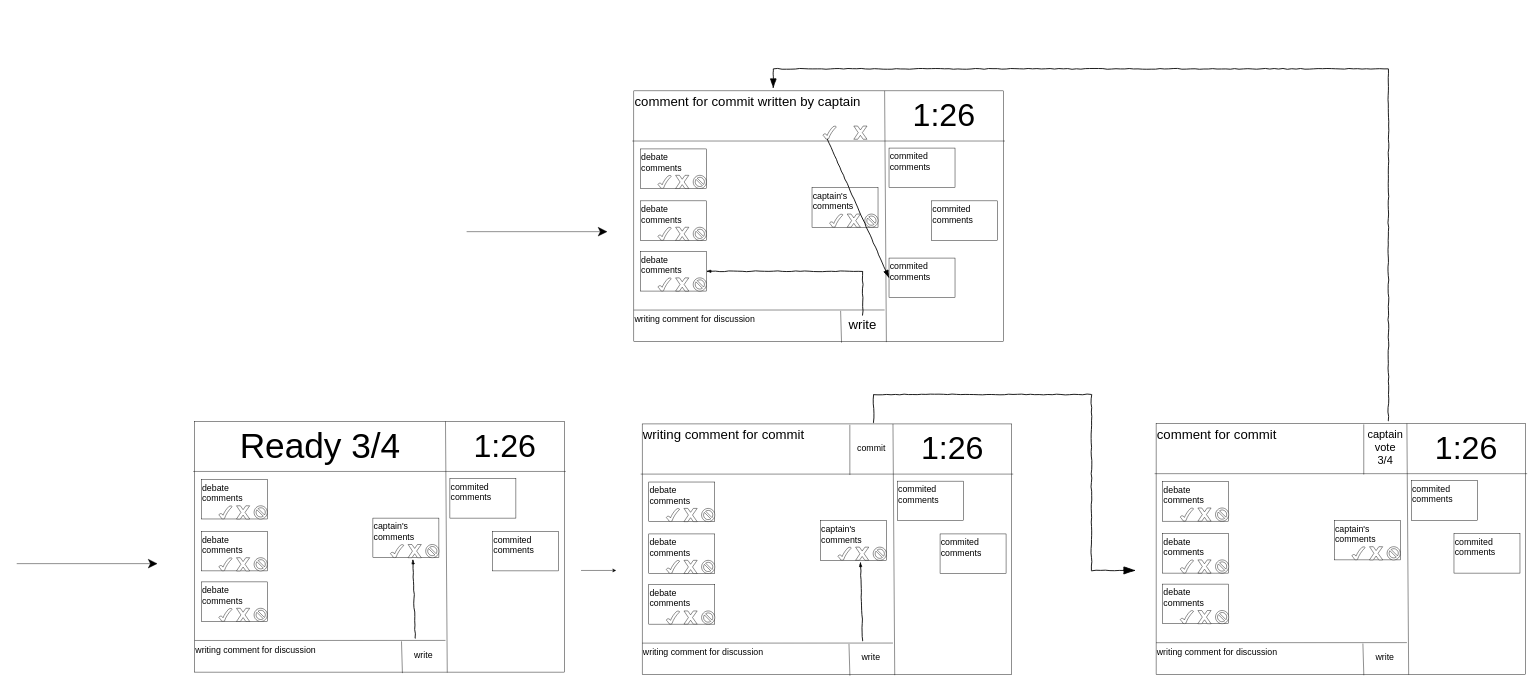
This is drawio_images/debateroom.drawio from monchana/TalkCraft, a draw.io file, before an edit. Source tidied: cells renumbered, new cells numbered last; positions are measured from the earlier drawing's top-left corner, leaving out a move shared by most shapes. Both pictures are drawn from the tidied source at 44%, with x=0, y=0 at pixel (17, 69).
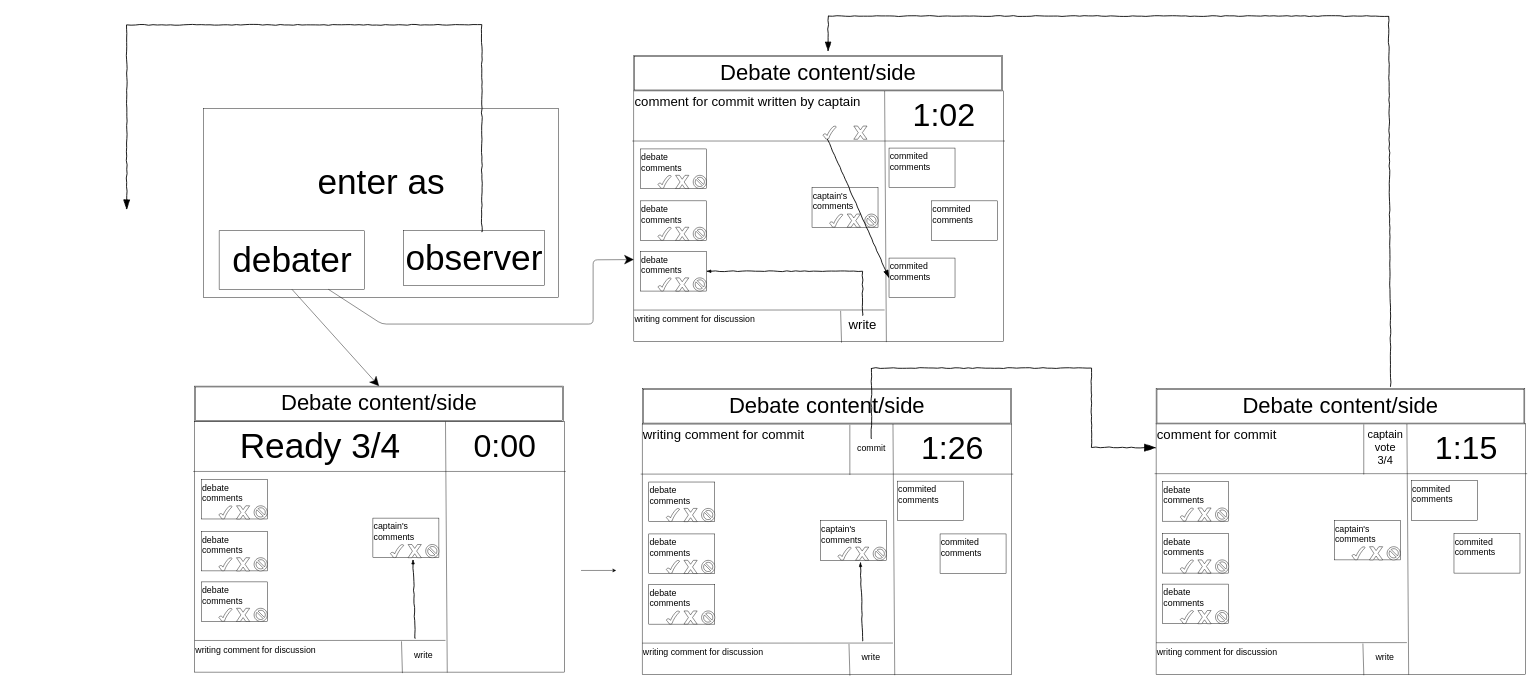
Above is the later version.

Unchanged cells that the change refers to:
```xml
<mxCell id="26" value="&lt;div style=&quot;text-align: left&quot;&gt;&lt;font style=&quot;font-size: 30px&quot;&gt;comment for commit written by captain&lt;/font&gt;&lt;/div&gt;" style="text;html=1;strokeColor=none;fillColor=none;align=left;verticalAlign=top;whiteSpace=wrap;rounded=0;" parent="1" vertex="1">
  <mxGeometry x="1402" y="50" width="570" height="110" as="geometry" />
</mxCell>
<mxCell id="63" value="&lt;div style=&quot;text-align: left&quot;&gt;&lt;font style=&quot;font-size: 30px&quot;&gt;writing comment for commit&lt;/font&gt;&lt;/div&gt;" style="text;html=1;strokeColor=none;fillColor=none;align=left;verticalAlign=top;whiteSpace=wrap;rounded=0;fontSize=20;" parent="1" vertex="1">
  <mxGeometry x="1421" y="807" width="570" height="110" as="geometry" />
</mxCell>
<mxCell id="73" value="&lt;font style=&quot;font-size: 20px;&quot;&gt;commit&lt;/font&gt;" style="text;html=1;strokeColor=none;fillColor=none;align=center;verticalAlign=middle;whiteSpace=wrap;rounded=0;fontSize=20;" parent="1" vertex="1">
  <mxGeometry x="1912" y="840" width="60" height="39" as="geometry" />
</mxCell>
<mxCell id="98" value="&lt;div style=&quot;text-align: left&quot;&gt;&lt;span style=&quot;font-size: 30px&quot;&gt;comment for commit&lt;/span&gt;&lt;/div&gt;" style="text;html=1;strokeColor=none;fillColor=none;align=left;verticalAlign=top;whiteSpace=wrap;rounded=0;" parent="1" vertex="1">
  <mxGeometry x="2589" y="806" width="570" height="110" as="geometry" />
</mxCell>
```

What changed in the source:
```diff
@@
-    <mxCell id="5" value="&lt;font style=&quot;font-size: 73px&quot;&gt;1:26&lt;/font&gt;" style="text;html=1;strokeColor=none;fillColor=none;align=center;verticalAlign=middle;whiteSpace=wrap;rounded=0;" parent="1" vertex="1">
+    <mxCell id="5" value="&lt;font style=&quot;font-size: 73px&quot;&gt;1:02&lt;/font&gt;" style="text;html=1;strokeColor=none;fillColor=none;align=center;verticalAlign=middle;whiteSpace=wrap;rounded=0;" parent="1" vertex="1">
       <mxGeometry x="1972" y="50" width="270" height="110" as="geometry" />
     </mxCell>
@@
-    <mxCell id="77" value="&lt;font style=&quot;font-size: 73px&quot;&gt;1:26&lt;/font&gt;" style="text;html=1;strokeColor=none;fillColor=none;align=center;verticalAlign=middle;whiteSpace=wrap;rounded=0;" parent="1" vertex="1">
+    <mxCell id="77" value="&lt;font style=&quot;font-size: 73px&quot;&gt;1:15&lt;/font&gt;" style="text;html=1;strokeColor=none;fillColor=none;align=center;verticalAlign=middle;whiteSpace=wrap;rounded=0;" parent="1" vertex="1">
       <mxGeometry x="3159" y="806" width="270" height="110" as="geometry" />
     </mxCell>
@@
-    <mxCell id="109" style="endArrow=classic;html=1;fontSize=20;endSize=19;" parent="1" edge="1">
-      <mxGeometry relative="1" as="geometry">
-        <mxPoint x="1022" y="370" as="sourcePoint" />
-        <mxPoint x="1342" y="370" as="targetPoint" />
-      </mxGeometry>
-    </mxCell>
-    <mxCell id="110" style="rounded=0;comic=1;strokeWidth=2;endArrow=blockThin;html=1;fontFamily=Comic Sans MS;fontStyle=1;exitX=0.923;exitY=-0.027;exitDx=0;exitDy=0;exitPerimeter=0;endSize=22;" parent="1" edge="1" source="63">
-      <mxGeometry relative="1" as="geometry">
-        <mxPoint x="2542" y="1140" as="targetPoint" />
-        <Array as="points">
-          <mxPoint x="1947" y="740" />
-          <mxPoint x="2442" y="740" />
-          <mxPoint x="2442" y="1140" />
-        </Array>
-      </mxGeometry>
-    </mxCell>
-    <mxCell id="111" style="rounded=0;comic=1;strokeWidth=2;endArrow=blockThin;html=1;fontFamily=Comic Sans MS;fontStyle=1;exitX=0.926;exitY=-0.055;exitDx=0;exitDy=0;exitPerimeter=0;entryX=0.556;entryY=-0.055;entryDx=0;entryDy=0;entryPerimeter=0;endSize=17;" parent="1" edge="1" source="98" target="26">
+    <mxCell id="111" style="rounded=0;comic=1;strokeWidth=2;endArrow=blockThin;html=1;fontFamily=Comic Sans MS;fontStyle=1;endSize=17;exitX=0.636;exitY=-0.062;exitDx=0;exitDy=0;exitPerimeter=0;entryX=0.527;entryY=-0.121;entryDx=0;entryDy=0;entryPerimeter=0;" parent="1" edge="1" source="153" target="154">
       <mxGeometry relative="1" as="geometry">
         <Array as="points">
-          <mxPoint x="3117" />
-          <mxPoint x="1719" />
+          <mxPoint x="3117.5" y="-120" />
+          <mxPoint x="1843.5" y="-120" />
         </Array>
       </mxGeometry>
     </mxCell>
@@
-    <mxCell id="118" value="&lt;font style=&quot;font-size: 73px&quot;&gt;1:26&lt;/font&gt;" style="text;html=1;strokeColor=none;fillColor=none;align=center;verticalAlign=middle;whiteSpace=wrap;rounded=0;fontSize=45;" parent="1" vertex="1">
+    <mxCell id="118" value="&lt;font style=&quot;font-size: 73px&quot;&gt;0:00&lt;/font&gt;" style="text;html=1;strokeColor=none;fillColor=none;align=center;verticalAlign=middle;whiteSpace=wrap;rounded=0;fontSize=45;" parent="1" vertex="1">
       <mxGeometry x="974" y="801" width="270" height="110" as="geometry" />
     </mxCell>
@@
-    <mxCell id="144" style="rounded=0;whiteSpace=wrap;html=1;fontSize=20;" parent="1" vertex="1">
-      <mxGeometry x="984" y="931" width="150" height="90" as="geometry" />
-    </mxCell>
-    <mxCell id="145" value="commited comments&lt;br style=&quot;font-size: 20px;&quot;&gt;&lt;br style=&quot;font-size: 20px;&quot;&gt;" style="text;html=1;strokeColor=none;fillColor=none;align=left;verticalAlign=top;whiteSpace=wrap;rounded=0;fontSize=20;" parent="1" vertex="1">
-      <mxGeometry x="984" y="931" width="150" height="90" as="geometry" />
-    </mxCell>
-    <mxCell id="146" style="rounded=0;whiteSpace=wrap;html=1;fontSize=20;" parent="1" vertex="1">
-      <mxGeometry x="1081" y="1051" width="150" height="90" as="geometry" />
-    </mxCell>
-    <mxCell id="147" value="commited comments&lt;br style=&quot;font-size: 20px;&quot;&gt;&lt;br style=&quot;font-size: 20px;&quot;&gt;" style="text;html=1;strokeColor=none;fillColor=none;align=left;verticalAlign=top;whiteSpace=wrap;rounded=0;fontSize=20;" parent="1" vertex="1">
-      <mxGeometry x="1081" y="1051" width="150" height="90" as="geometry" />
-    </mxCell>
@@
-    <mxCell id="150" style="endArrow=classic;html=1;fontSize=20;endSize=19;" parent="1" edge="1">
-      <mxGeometry relative="1" as="geometry">
-        <mxPoint x="-0.5" y="1124.5" as="sourcePoint" />
-        <mxPoint x="319.5" y="1124.5" as="targetPoint" />
-      </mxGeometry>
-    </mxCell>
+    <mxCell id="151" value="&lt;font style=&quot;font-size: 50px&quot;&gt;Debate content/side&lt;/font&gt;" style="shape=ext;double=1;rounded=0;whiteSpace=wrap;html=1;fontSize=80;align=center;verticalAlign=bottom;" parent="1" vertex="1">
+      <mxGeometry x="404" y="721" width="838" height="80" as="geometry" />
+    </mxCell>
+    <mxCell id="152" value="&lt;font style=&quot;font-size: 50px&quot;&gt;Debate content/side&lt;/font&gt;" style="shape=ext;double=1;rounded=0;whiteSpace=wrap;html=1;fontSize=80;align=center;verticalAlign=bottom;" parent="1" vertex="1">
+      <mxGeometry x="1422" y="727" width="838" height="80" as="geometry" />
+    </mxCell>
+    <mxCell id="153" value="&lt;font style=&quot;font-size: 50px&quot;&gt;Debate content/side&lt;/font&gt;" style="shape=ext;double=1;rounded=0;whiteSpace=wrap;html=1;fontSize=80;align=center;verticalAlign=bottom;" parent="1" vertex="1">
+      <mxGeometry x="2589" y="727" width="838" height="80" as="geometry" />
+    </mxCell>
+    <mxCell id="110" style="rounded=0;comic=1;strokeWidth=2;endArrow=blockThin;fontFamily=Comic Sans MS;fontStyle=1;endSize=22;exitX=0.5;exitY=0;exitDx=0;exitDy=0;labelBorderColor=none;horizontal=1;entryX=0;entryY=0.5;entryDx=0;entryDy=0;" parent="1" edge="1" source="73" target="98">
+      <mxGeometry relative="1" as="geometry">
+        <Array as="points">
+          <mxPoint x="1942" y="680" />
+          <mxPoint x="2442" y="680" />
+          <mxPoint x="2442" y="740" />
+          <mxPoint x="2442" y="860" />
+        </Array>
+      </mxGeometry>
+    </mxCell>
+    <mxCell id="154" value="&lt;font style=&quot;font-size: 50px&quot;&gt;Debate content/side&lt;/font&gt;" style="shape=ext;double=1;rounded=0;whiteSpace=wrap;html=1;fontSize=80;align=center;verticalAlign=bottom;" parent="1" vertex="1">
+      <mxGeometry x="1402" y="-30" width="838" height="80" as="geometry" />
+    </mxCell>
+    <mxCell id="155" value="enter as&lt;br&gt;&lt;br&gt;" style="rounded=0;whiteSpace=wrap;html=1;fontSize=80;align=center;" parent="1" vertex="1">
+      <mxGeometry x="424.5" y="90" width="806" height="430" as="geometry" />
+    </mxCell>
+    <mxCell id="156" value="debater" style="rounded=0;whiteSpace=wrap;html=1;fontSize=80;align=center;" parent="1" vertex="1">
+      <mxGeometry x="459.5" y="368" width="331" height="133" as="geometry" />
+    </mxCell>
+    <mxCell id="157" value="observer" style="rounded=0;whiteSpace=wrap;html=1;fontSize=80;align=center;" parent="1" vertex="1">
+      <mxGeometry x="879" y="367.5" width="320" height="125" as="geometry" />
+    </mxCell>
+    <mxCell id="109" style="endArrow=classic;html=1;fontSize=20;endSize=19;exitX=0.75;exitY=1;exitDx=0;exitDy=0;" parent="1" edge="1" source="156">
+      <mxGeometry relative="1" as="geometry">
+        <mxPoint x="1402" y="433.5" as="targetPoint" />
+        <Array as="points">
+          <mxPoint x="829.5" y="580" />
+          <mxPoint x="1309.5" y="580" />
+          <mxPoint x="1309.5" y="434" />
+        </Array>
+      </mxGeometry>
+    </mxCell>
+    <mxCell id="158" style="endArrow=classic;html=1;fontSize=20;endSize=19;entryX=0.5;entryY=0;entryDx=0;entryDy=0;exitX=0.5;exitY=1;exitDx=0;exitDy=0;" parent="1" edge="1" source="156" target="151">
+      <mxGeometry relative="1" as="geometry" />
+    </mxCell>
+    <mxCell id="159" style="rounded=0;comic=1;strokeWidth=2;endArrow=blockThin;html=1;fontFamily=Comic Sans MS;fontStyle=1;exitX=0.555;exitY=0.02;exitDx=0;exitDy=0;exitPerimeter=0;endSize=18;" parent="1" edge="1" source="157">
+      <mxGeometry relative="1" as="geometry">
+        <mxPoint x="249.5" y="320" as="targetPoint" />
+        <Array as="points">
+          <mxPoint x="1056.5" y="-100" />
+          <mxPoint x="249.5" y="-100" />
+        </Array>
+      </mxGeometry>
+    </mxCell>
```
